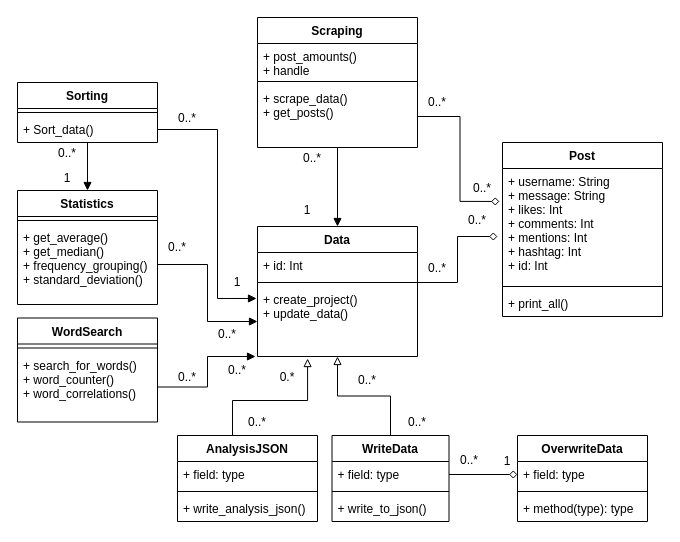
The draw.io diagram Untitled Diagram.drawio in ztychr/tweeda, before the edit. Source tidied: cells renumbered, new cells numbered last; positions are measured from the earlier drawing's top-left corner, leaving out a move shared by most shapes. Both pictures are drawn from the tidied source at 100%, with x=0, y=0 at pixel (17, 17).
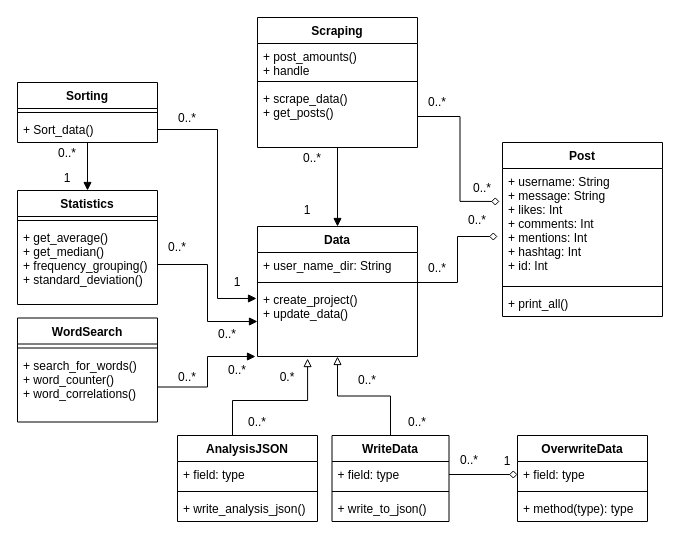
Above is the later version.

Commit message:
ide_til-tweeda

Unchanged cells that the change refers to:
```xml
<mxCell id="6" value="Data" style="swimlane;fontStyle=1;align=center;verticalAlign=top;horizontal=1;startSize=26;" parent="1" vertex="1">
  <mxGeometry x="240" y="209" width="160" height="130" as="geometry" />
</mxCell>
```

The edit, as a diff of the source:
```diff
@@
-    <mxCell id="7" value="+ id: Int" style="text;strokeColor=none;fillColor=none;align=left;verticalAlign=top;spacingLeft=4;spacingRight=4;overflow=hidden;" parent="6" vertex="1">
+    <mxCell id="7" value="+ user_name_dir: String" style="text;strokeColor=none;fillColor=none;align=left;verticalAlign=top;spacingLeft=4;spacingRight=4;overflow=hidden;" parent="6" vertex="1">
       <mxGeometry y="26" width="160" height="26" as="geometry" />
     </mxCell>
```
